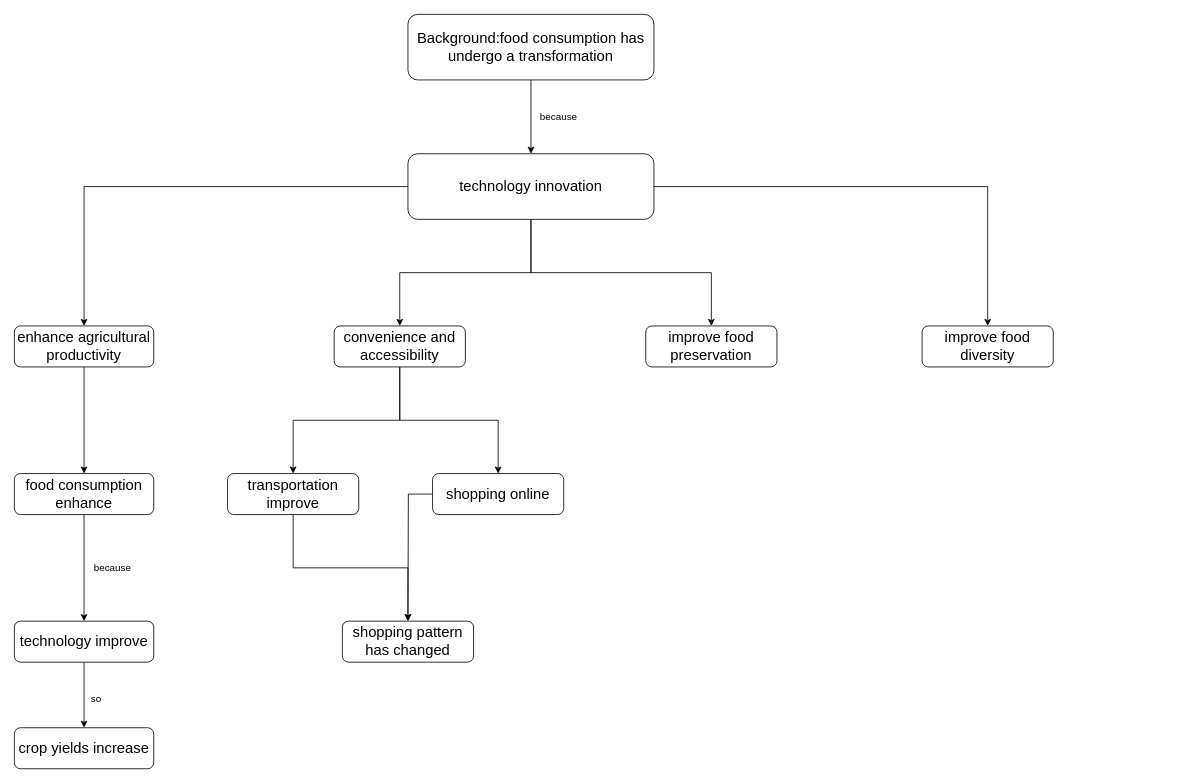
Above: taxtmap.drawio in Hu1999824/hello-world (draw.io), before the change. Source tidied: cells renumbered, new cells numbered last; positions are measured from the earlier drawing's top-left corner, leaving out a move shared by most shapes. Both pictures are drawn from the tidied source at 82%, with x=0, y=0 at pixel (14, 14).
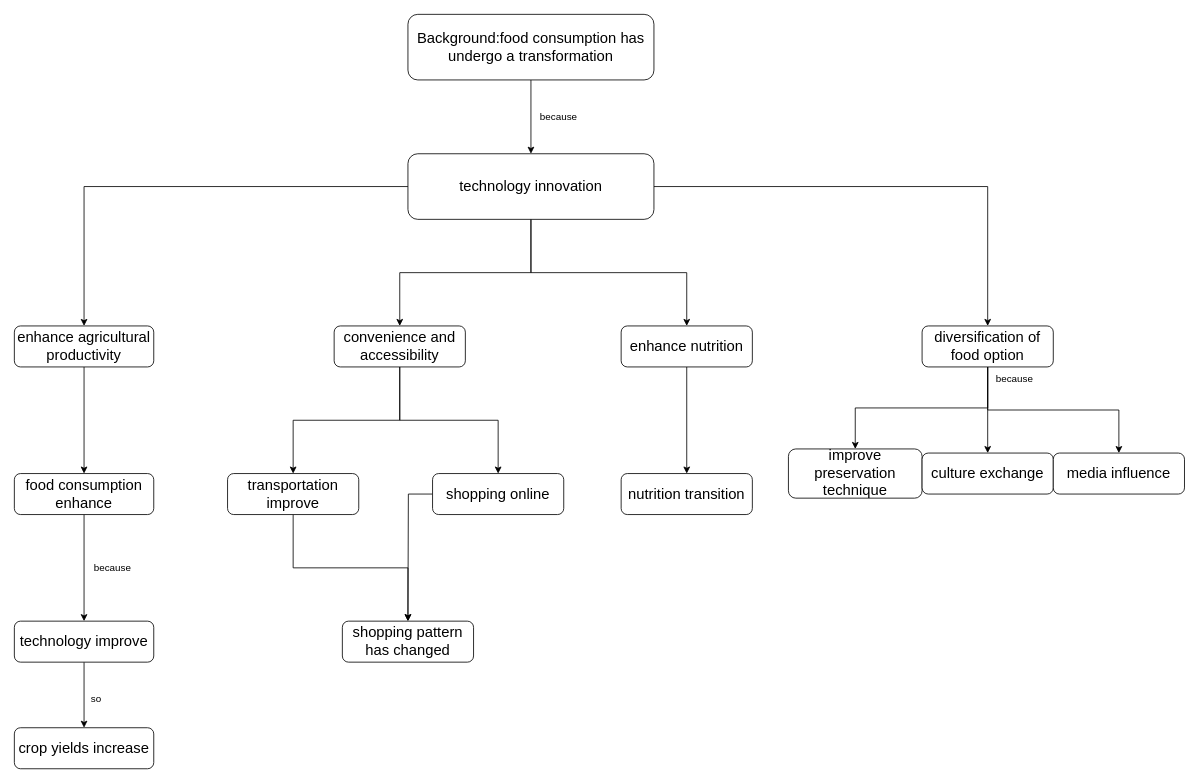
After the change.

Change to the diagram source:
```diff
@@
+    <mxCell id="29" style="edgeStyle=orthogonalEdgeStyle;rounded=0;jettySize=auto;html=1;entryX=0.5;entryY=0;entryDx=0;entryDy=0;" parent="1" edge="1" source="15" target="33">
+      <mxGeometry relative="1" as="geometry" />
+    </mxCell>
+    <mxCell id="30" style="edgeStyle=orthogonalEdgeStyle;rounded=0;jettySize=auto;html=1;" parent="1" edge="1" source="15" target="34">
+      <mxGeometry relative="1" as="geometry" />
+    </mxCell>
+    <mxCell id="31" style="edgeStyle=orthogonalEdgeStyle;rounded=0;jettySize=auto;html=1;" parent="1" edge="1" source="15" target="35">
+      <mxGeometry relative="1" as="geometry" />
+    </mxCell>
-    <mxCell id="15" value="&lt;font style=&quot;font-size: 18px;&quot;&gt;improve food diversity&lt;/font&gt;" style="rounded=1;whiteSpace=wrap;html=1;fontSize=12;glass=0;strokeWidth=1;shadow=0;" parent="1" vertex="1">
+    <mxCell id="15" value="&lt;font style=&quot;font-size: 18px;&quot;&gt;diversification of food option&lt;/font&gt;" style="rounded=1;whiteSpace=wrap;html=1;fontSize=12;glass=0;strokeWidth=1;shadow=0;" parent="1" vertex="1">
       <mxGeometry x="1107" y="380" width="160" height="50" as="geometry" />
     </mxCell>
@@
+    <mxCell id="32" style="edgeStyle=orthogonalEdgeStyle;rounded=0;jettySize=auto;html=1;entryX=0.5;entryY=0;entryDx=0;entryDy=0;" parent="1" edge="1" source="21" target="37">
+      <mxGeometry relative="1" as="geometry" />
+    </mxCell>
-    <mxCell id="21" value="&lt;font style=&quot;font-size: 18px;&quot;&gt;improve food preservation&lt;/font&gt;" style="rounded=1;whiteSpace=wrap;html=1;fontSize=12;glass=0;strokeWidth=1;shadow=0;" parent="1" vertex="1">
-      <mxGeometry x="770" y="380" width="160" height="50" as="geometry" />
+    <mxCell id="21" value="&lt;font style=&quot;font-size: 18px;&quot;&gt;enhance nutrition&lt;/font&gt;" style="rounded=1;whiteSpace=wrap;html=1;fontSize=12;glass=0;strokeWidth=1;shadow=0;" parent="1" vertex="1">
+      <mxGeometry x="740" y="380" width="160" height="50" as="geometry" />
     </mxCell>
@@
+    <mxCell id="33" value="&lt;font style=&quot;font-size: 18px;&quot;&gt;improve preservation technique&lt;/font&gt;" style="rounded=1;whiteSpace=wrap;html=1;fontSize=12;glass=0;strokeWidth=1;shadow=0;" parent="1" vertex="1">
+      <mxGeometry x="944" y="530" width="163" height="60" as="geometry" />
+    </mxCell>
+    <mxCell id="34" value="&lt;font style=&quot;font-size: 18px;&quot;&gt;culture exchange&lt;/font&gt;" style="rounded=1;whiteSpace=wrap;html=1;fontSize=12;glass=0;strokeWidth=1;shadow=0;" parent="1" vertex="1">
+      <mxGeometry x="1107" y="535" width="160" height="50" as="geometry" />
+    </mxCell>
+    <mxCell id="35" value="&lt;font style=&quot;font-size: 18px;&quot;&gt;media influence&lt;/font&gt;" style="rounded=1;whiteSpace=wrap;html=1;fontSize=12;glass=0;strokeWidth=1;shadow=0;" parent="1" vertex="1">
+      <mxGeometry x="1267" y="535" width="160" height="50" as="geometry" />
+    </mxCell>
+    <mxCell id="36" value="because" style="text;strokeColor=none;align=center;fillColor=none;html=1;verticalAlign=middle;whiteSpace=wrap;rounded=0;" parent="1" vertex="1">
+      <mxGeometry x="1190" y="430" width="60" height="30" as="geometry" />
+    </mxCell>
+    <mxCell id="37" value="&lt;font style=&quot;font-size: 18px;&quot;&gt;nutrition transition&lt;/font&gt;" style="rounded=1;whiteSpace=wrap;html=1;fontSize=12;glass=0;strokeWidth=1;shadow=0;" parent="1" vertex="1">
+      <mxGeometry x="740" y="560" width="160" height="50" as="geometry" />
+    </mxCell>
```
